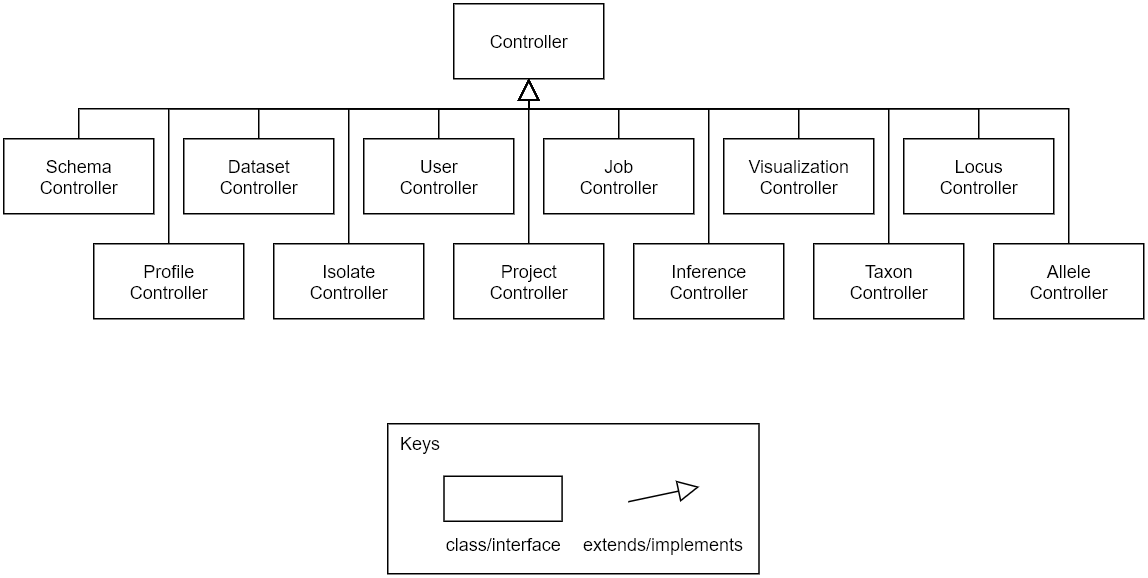
This is wiki/images/phylodb-generalization-controllers.png from phyloviz/phyloDB, a draw.io export, as it was before one commit. Source tidied: cells renumbered, new cells last; positions are measured from the earlier drawing's top-left corner, leaving out a move shared by most shapes.
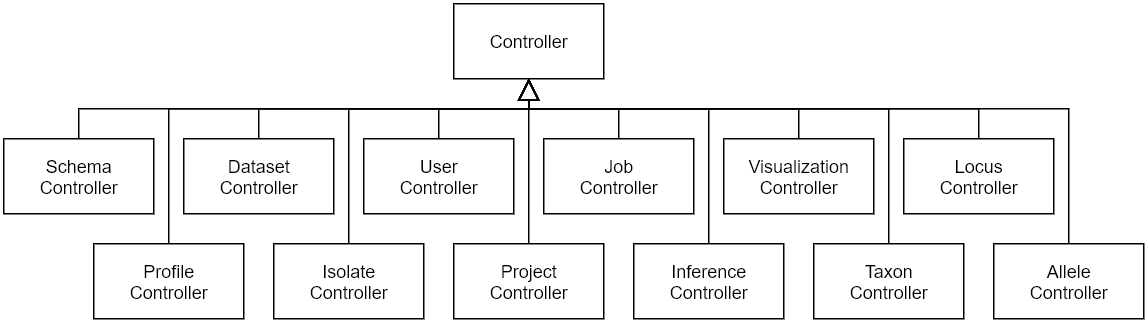
The same file after the commit.

What changed in the source:
```diff
@@ -122,26 +122,5 @@
     <mxCell id="26" value="Job&lt;br&gt;Controller" style="html=1;" parent="1" vertex="1">
       <mxGeometry x="360" y="90" width="100" height="50" as="geometry" />
     </mxCell>
-    <mxCell id="27" style="group;" parent="1" vertex="1">
-      <mxGeometry x="256" y="280" width="247.5" height="100" as="geometry" />
-    </mxCell>
-    <mxCell id="28" value="&amp;nbsp; Keys" style="rounded=0;whiteSpace=wrap;html=1;align=left;verticalAlign=top;" parent="27" vertex="1">
-      <mxGeometry width="247.5" height="100" as="geometry" />
-    </mxCell>
-    <mxCell id="29" style="endArrow=block;html=1;exitX=1;exitY=0.5;exitDx=0;exitDy=0;startArrow=none;startFill=0;endFill=0;endSize=12;" parent="27" edge="1">
-      <mxGeometry relative="1" as="geometry">
-        <mxPoint x="160.3" y="52" as="sourcePoint" />
-        <mxPoint x="207.7" y="42" as="targetPoint" />
-      </mxGeometry>
-    </mxCell>
-    <mxCell id="30" value="extends/implements" style="text;html=1;strokeColor=none;fillColor=none;align=center;verticalAlign=middle;whiteSpace=wrap;rounded=0;" parent="27" vertex="1">
-      <mxGeometry x="139" y="70" width="89.5" height="20" as="geometry" />
-    </mxCell>
-    <mxCell id="31" value="class/interface" style="text;html=1;strokeColor=none;fillColor=none;align=center;verticalAlign=middle;whiteSpace=wrap;rounded=0;" parent="27" vertex="1">
-      <mxGeometry x="45.5" y="70" width="62.7" height="20" as="geometry" />
-    </mxCell>
-    <mxCell id="32" style="rounded=0;whiteSpace=wrap;html=1;" parent="27" vertex="1">
-      <mxGeometry x="37.5" y="35" width="78.7" height="30" as="geometry" />
-    </mxCell>
   </root>
 </mxGraphModel>
```
